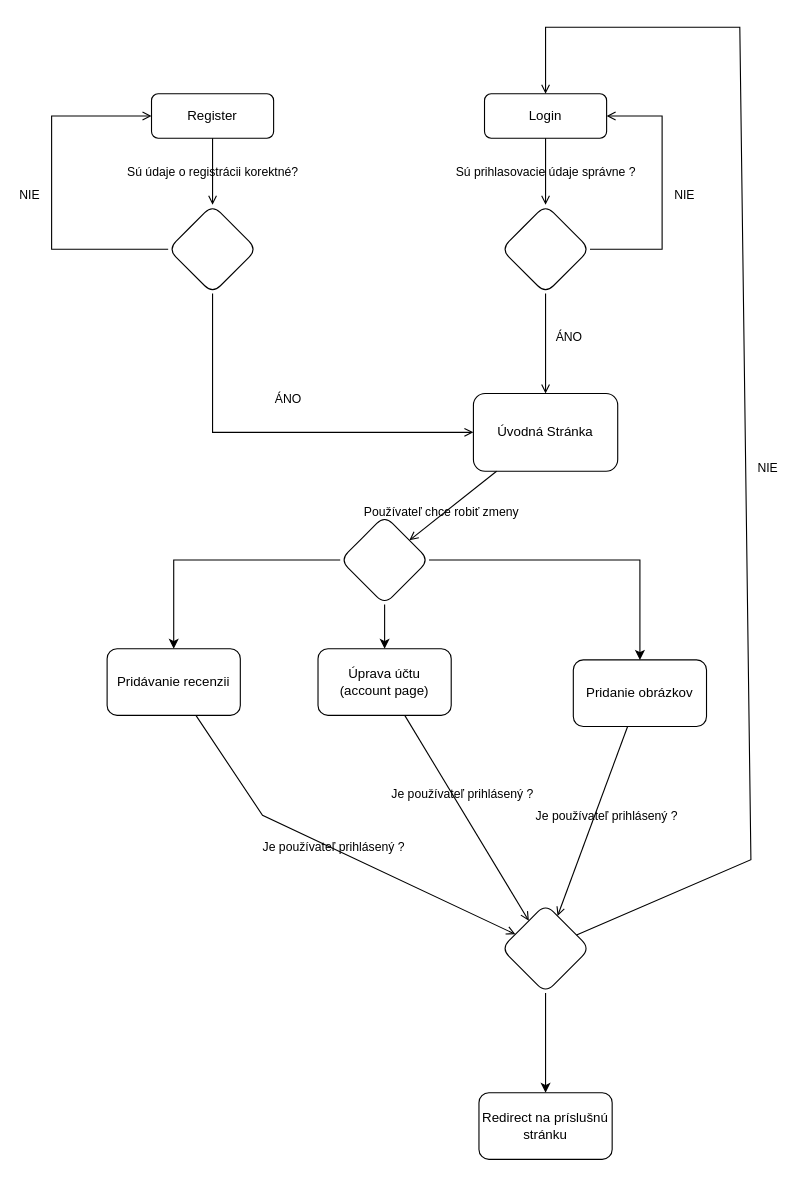
Before: PKRIM_activity_diagram.drawio in MarianFigula/asos-art-gallery, a draw.io diagram. Source tidied: cells renumbered, new cells numbered last; positions are measured from the earlier drawing's top-left corner, leaving out a move shared by most shapes. Both pictures are drawn from the tidied source at 111%, with x=0, y=0 at pixel (51, 27).
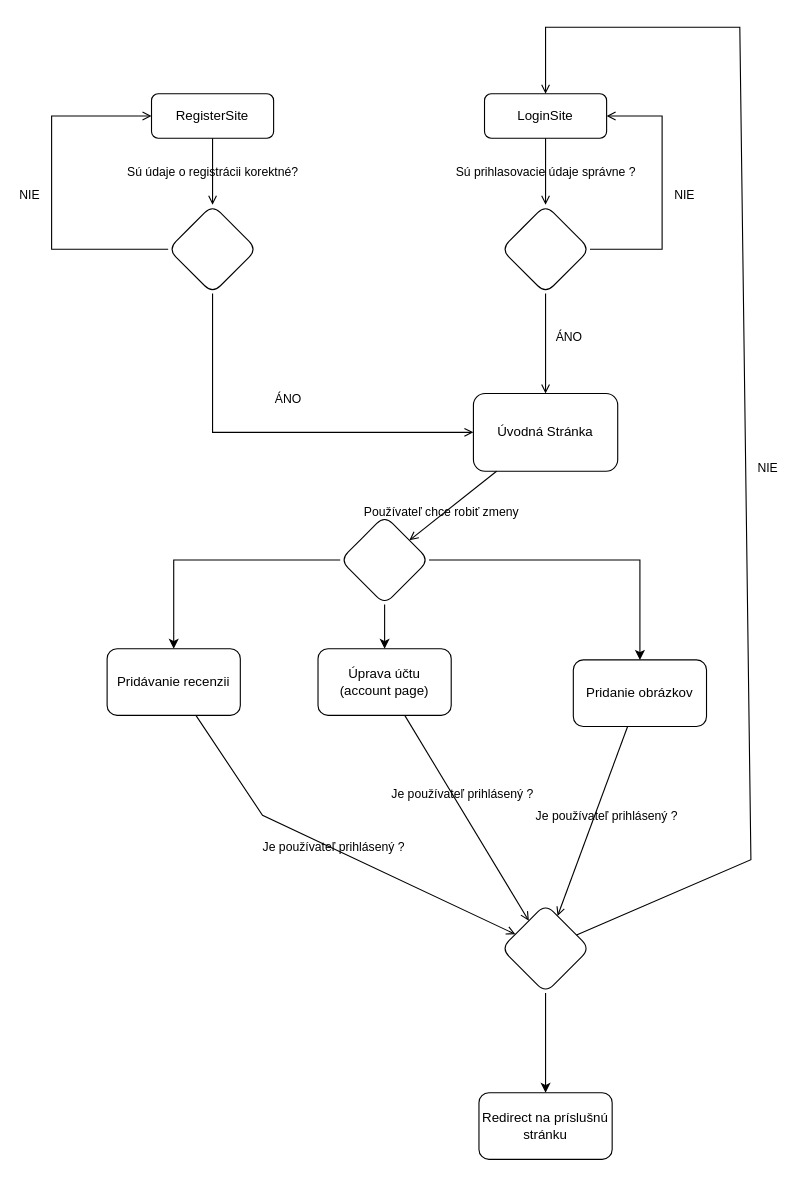
The same page after the edit.

The edit, as a diff of the source:
```diff
@@
-    <mxCell id="3" value="Login" style="rounded=1;whiteSpace=wrap;html=1;fontSize=12;glass=0;strokeWidth=1;shadow=0;" parent="1" vertex="1">
+    <mxCell id="3" value="LoginSite" style="rounded=1;whiteSpace=wrap;html=1;fontSize=12;glass=0;strokeWidth=1;shadow=0;" parent="1" vertex="1">
       <mxGeometry x="390" y="60" width="110" height="40" as="geometry" />
     </mxCell>
@@
-    <mxCell id="8" value="Register" style="rounded=1;whiteSpace=wrap;html=1;fontSize=12;glass=0;strokeWidth=1;shadow=0;" parent="1" vertex="1">
+    <mxCell id="8" value="RegisterSite" style="rounded=1;whiteSpace=wrap;html=1;fontSize=12;glass=0;strokeWidth=1;shadow=0;" parent="1" vertex="1">
       <mxGeometry x="90" y="60" width="110" height="40" as="geometry" />
     </mxCell>
```
